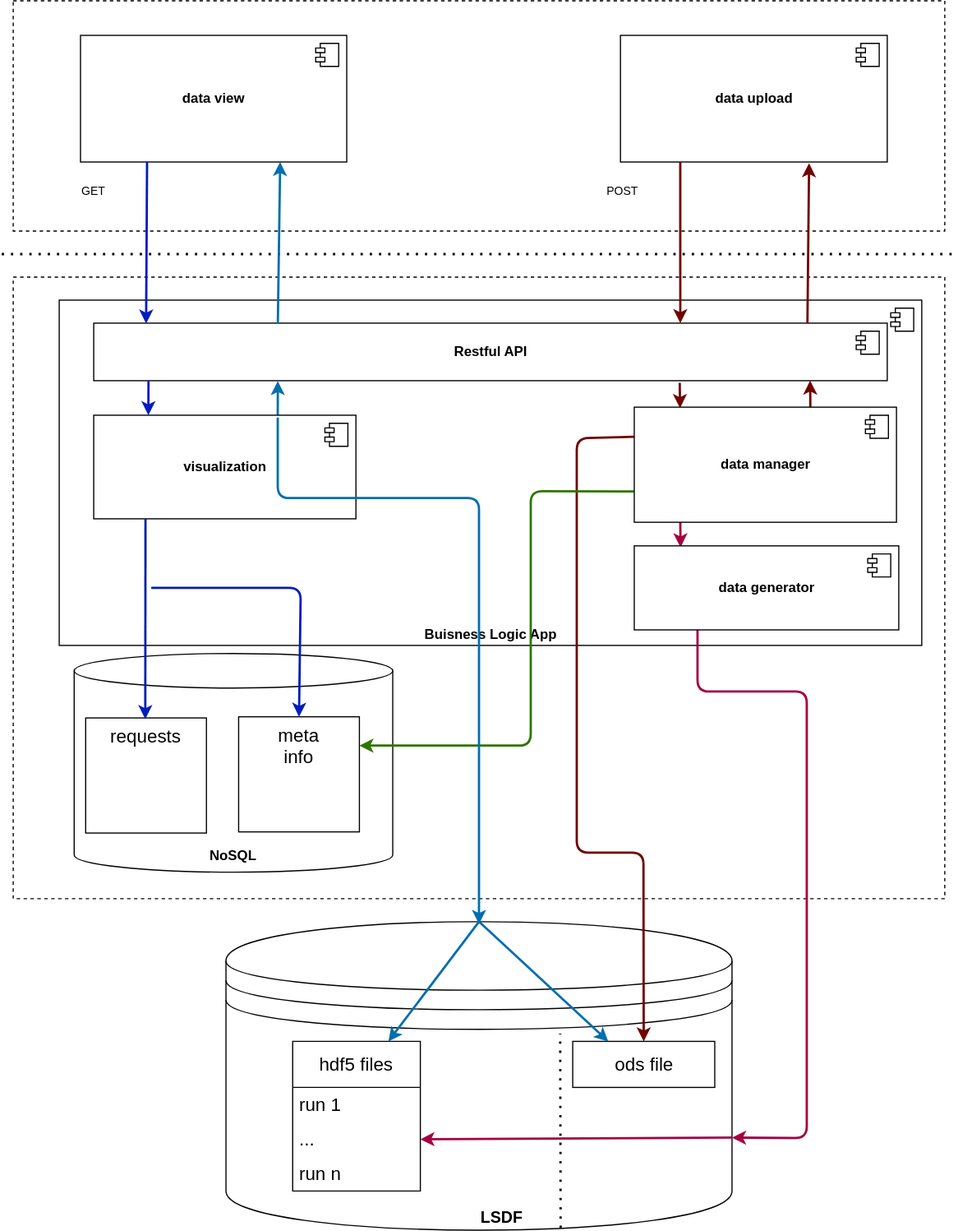
Earlier version of the draw.io export doc/assas_backend_components.svg (ke4920/assas_data). Source tidied: cells renumbered, new cells last; positions are measured from the earlier drawing's top-left corner, leaving out a move shared by most shapes.
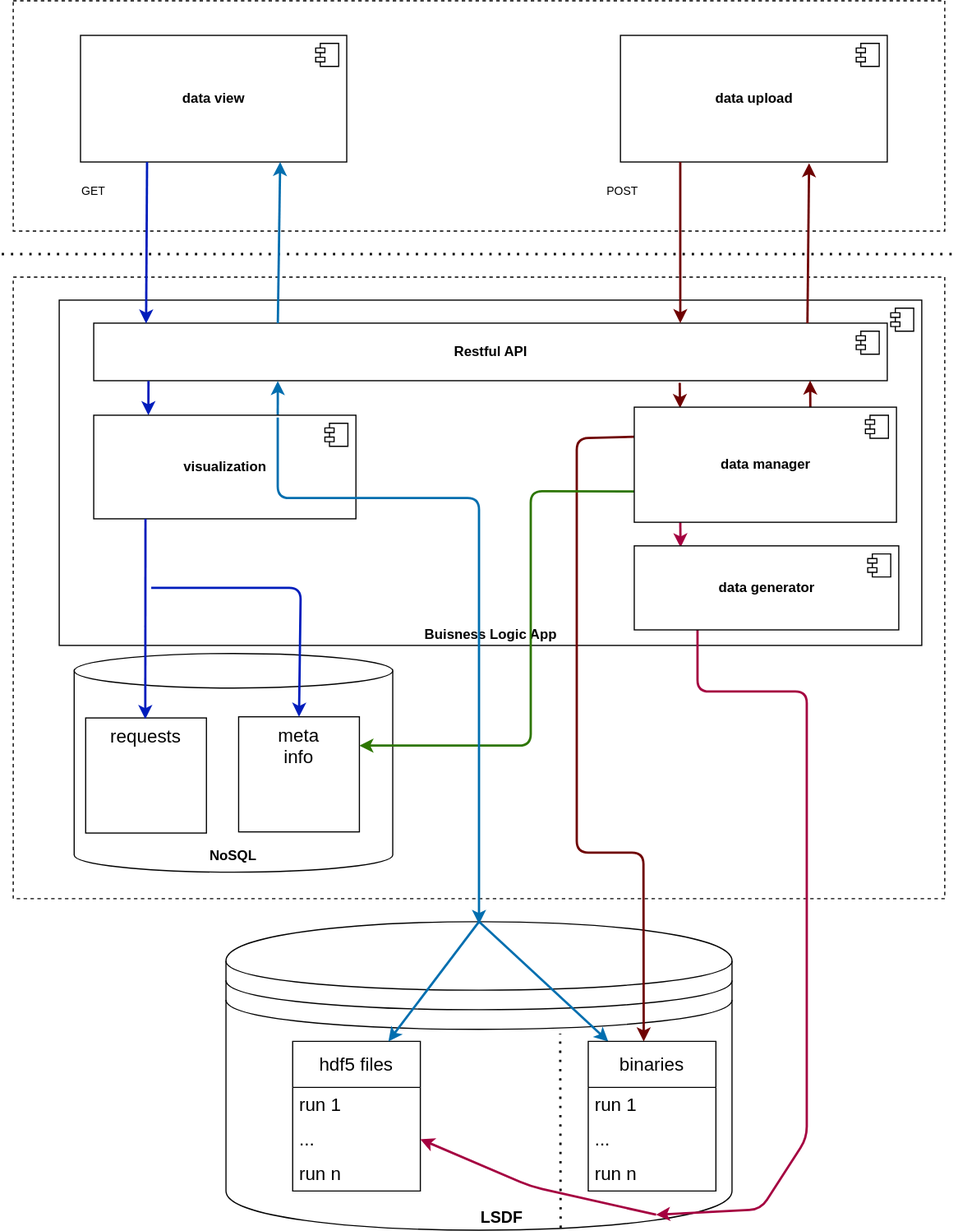
Later version of the same file.

The edit, as a diff of the source:
```diff
@@ -11,9 +11,6 @@
         <mxPoint x="830" y="220" as="targetPoint" />
       </mxGeometry>
     </mxCell>
-    <mxCell id="4" value="ods file" style="rounded=0;whiteSpace=wrap;html=1;fontSize=16;" parent="1" vertex="1">
-      <mxGeometry x="496.5" y="904" width="123.5" height="40" as="geometry" />
-    </mxCell>
     <mxCell id="5" value="hdf5 files" style="swimlane;fontStyle=0;horizontal=1;startSize=40;whiteSpace=wrap;html=1;fontSize=16;" parent="1" vertex="1">
       <mxGeometry x="253" y="904" width="111" height="130" as="geometry" />
     </mxCell>
@@ -131,8 +128,10 @@
     <mxCell id="34" style="endArrow=classic;html=1;exitX=0.5;exitY=0;exitDx=0;exitDy=0;entryX=0.75;entryY=0;entryDx=0;entryDy=0;fillColor=#1ba1e2;strokeColor=#006EAF;strokeWidth=2;" parent="1" edge="1" source="2" target="5">
       <mxGeometry relative="1" as="geometry" />
     </mxCell>
-    <mxCell id="35" style="endArrow=classic;html=1;exitX=0.5;exitY=0;exitDx=0;exitDy=0;entryX=0.25;entryY=0;entryDx=0;entryDy=0;fillColor=#1ba1e2;strokeColor=#006EAF;strokeWidth=2;" parent="1" edge="1" source="2" target="4">
-      <mxGeometry relative="1" as="geometry" />
+    <mxCell id="35" style="endArrow=classic;html=1;exitX=0.5;exitY=0;exitDx=0;exitDy=0;entryX=0.25;entryY=0;entryDx=0;entryDy=0;fillColor=#1ba1e2;strokeColor=#006EAF;strokeWidth=2;" parent="1" edge="1" source="2">
+      <mxGeometry relative="1" as="geometry">
+        <mxPoint x="527.4" y="904" as="targetPoint" />
+      </mxGeometry>
     </mxCell>
     <mxCell id="36" style="endArrow=classic;html=1;exitX=0.066;exitY=1.037;exitDx=0;exitDy=0;strokeWidth=2;exitPerimeter=0;entryX=0.181;entryY=-0.013;entryDx=0;entryDy=0;entryPerimeter=0;fillColor=#a20025;strokeColor=#6F0000;" parent="1" edge="1">
       <mxGeometry relative="1" as="geometry">
@@ -146,9 +145,10 @@
         <mxPoint x="702.9" y="329.8" as="targetPoint" />
       </mxGeometry>
     </mxCell>
-    <mxCell id="38" style="endArrow=classic;html=1;exitX=0;exitY=0.25;exitDx=0;exitDy=0;fillColor=#a20025;strokeColor=#6F0000;strokeWidth=2;" parent="1" edge="1" target="4">
+    <mxCell id="38" style="endArrow=classic;html=1;exitX=0;exitY=0.25;exitDx=0;exitDy=0;fillColor=#a20025;strokeColor=#6F0000;strokeWidth=2;" parent="1" edge="1">
       <mxGeometry relative="1" as="geometry">
         <mxPoint x="550" y="378.8" as="sourcePoint" />
+        <mxPoint x="558.2" y="904" as="targetPoint" />
         <Array as="points">
           <mxPoint x="500" y="380" />
           <mxPoint x="500" y="740" />
@@ -156,18 +156,23 @@
         </Array>
       </mxGeometry>
     </mxCell>
-    <mxCell id="39" style="endArrow=classic;html=1;exitX=0.25;exitY=1;exitDx=0;exitDy=0;entryX=1;entryY=0.7;entryDx=0;entryDy=0;fillColor=#d80073;strokeColor=#A50040;strokeWidth=2;" parent="1" edge="1" target="2">
+    <mxCell id="39" style="endArrow=classic;html=1;exitX=0.25;exitY=1;exitDx=0;exitDy=0;entryX=0.85;entryY=0.95;entryDx=0;entryDy=0;fillColor=#d80073;strokeColor=#A50040;strokeWidth=2;entryPerimeter=0;" parent="1" edge="1" target="2">
       <mxGeometry relative="1" as="geometry">
         <mxPoint x="605" y="538" as="sourcePoint" />
         <Array as="points">
           <mxPoint x="605" y="600" />
           <mxPoint x="700" y="600" />
           <mxPoint x="700" y="988" />
+          <mxPoint x="660" y="1050" />
         </Array>
       </mxGeometry>
     </mxCell>
-    <mxCell id="40" style="endArrow=classic;html=1;exitX=1;exitY=0.7;exitDx=0;exitDy=0;entryX=1;entryY=0.5;entryDx=0;entryDy=0;fillColor=#d80073;strokeColor=#A50040;strokeWidth=2;" parent="1" edge="1" source="2" target="7">
-      <mxGeometry relative="1" as="geometry" />
+    <mxCell id="40" style="endArrow=classic;html=1;exitX=0.85;exitY=0.95;exitDx=0;exitDy=0;entryX=1;entryY=0.5;entryDx=0;entryDy=0;fillColor=#d80073;strokeColor=#A50040;strokeWidth=2;exitPerimeter=0;" parent="1" edge="1" source="2" target="7">
+      <mxGeometry relative="1" as="geometry">
+        <Array as="points">
+          <mxPoint x="460" y="1030" />
+        </Array>
+      </mxGeometry>
     </mxCell>
     <mxCell id="41" value="visualization" style="html=1;fontStyle=1;" parent="1" vertex="1">
       <mxGeometry x="80" y="360" width="228" height="90" as="geometry" />
@@ -223,5 +228,17 @@
         <mxPoint x="-27" y="7" as="offset" />
       </mxGeometry>
     </mxCell>
+    <mxCell id="51" value="binaries" style="swimlane;fontStyle=0;horizontal=1;startSize=40;whiteSpace=wrap;html=1;fontSize=16;" parent="1" vertex="1">
+      <mxGeometry x="510" y="904" width="111" height="130" as="geometry" />
+    </mxCell>
+    <mxCell id="52" value="run 1" style="text;strokeColor=none;fillColor=none;align=left;verticalAlign=middle;spacingLeft=4;spacingRight=4;overflow=hidden;whiteSpace=wrap;html=1;fontSize=16;" parent="51" vertex="1">
+      <mxGeometry y="40" width="111" height="30" as="geometry" />
+    </mxCell>
+    <mxCell id="53" value="..." style="text;strokeColor=none;fillColor=none;align=left;verticalAlign=middle;spacingLeft=4;spacingRight=4;overflow=hidden;whiteSpace=wrap;html=1;fontSize=16;" parent="51" vertex="1">
+      <mxGeometry y="70" width="111" height="30" as="geometry" />
+    </mxCell>
+    <mxCell id="54" value="run n" style="text;strokeColor=none;fillColor=none;align=left;verticalAlign=middle;spacingLeft=4;spacingRight=4;overflow=hidden;whiteSpace=wrap;html=1;fontSize=16;" parent="51" vertex="1">
+      <mxGeometry y="100" width="111" height="30" as="geometry" />
+    </mxCell>
   </root>
 </mxGraphModel>
```
